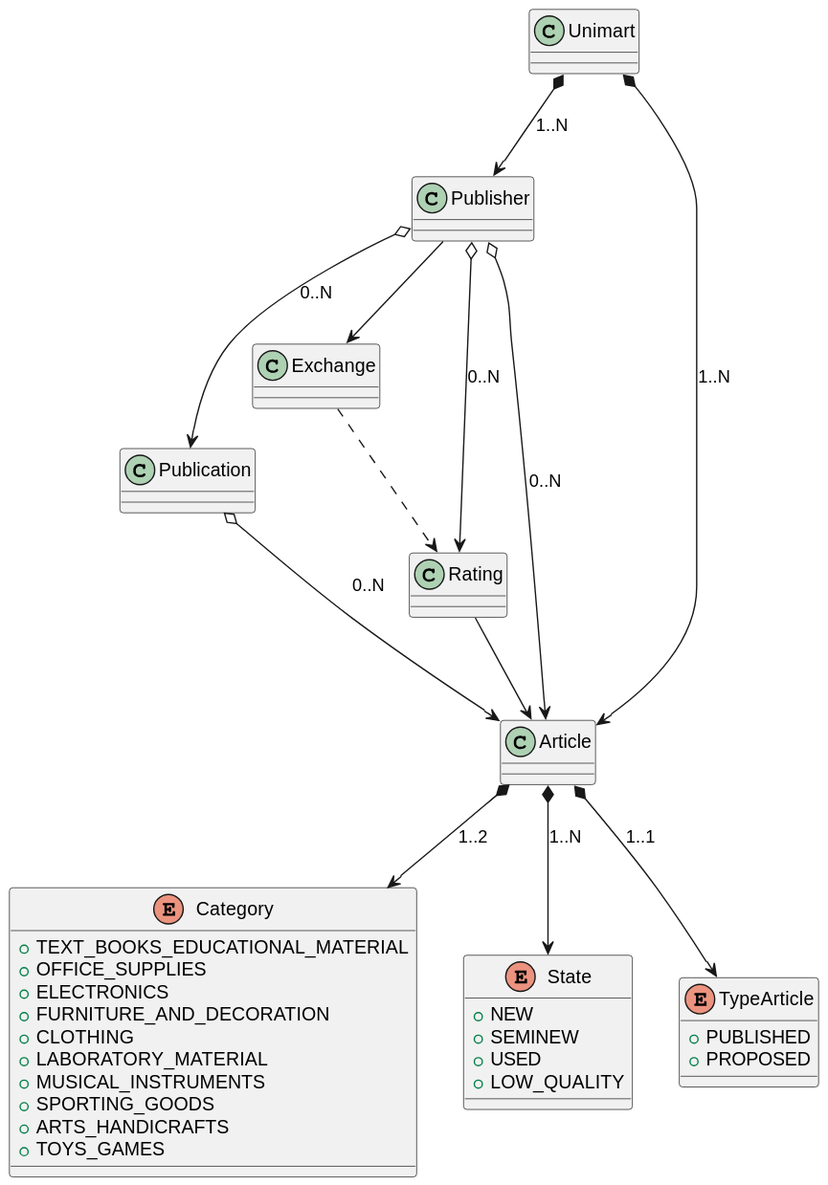
The PlantUML diagram images/docs/0-domain-model/domain-model.svg in vfred0/unimart-requirements, before a commit.
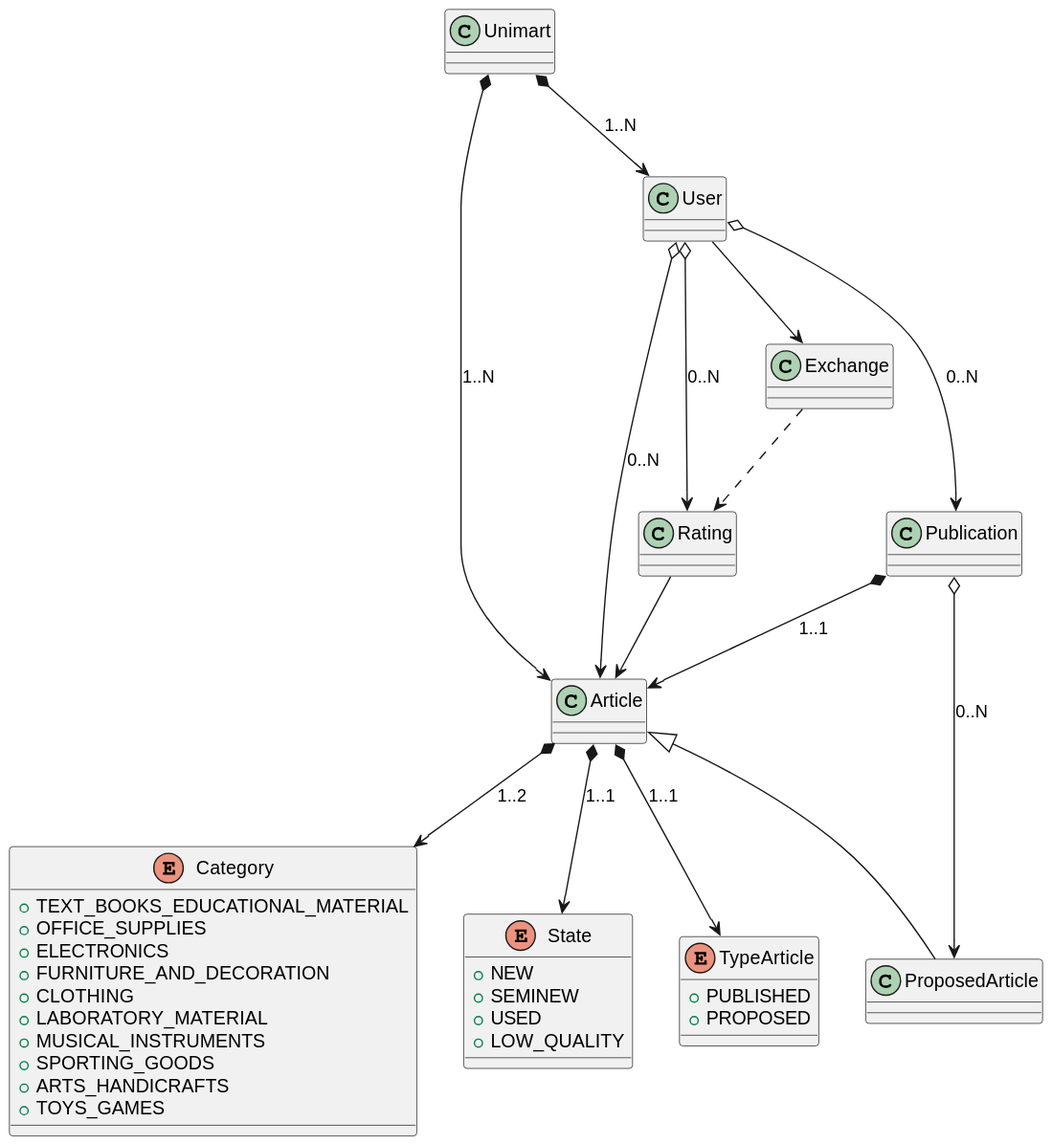
Later version of the same file.

Commit message:
Update domain model

What changed in the source:
```diff
@@ -42,16 +42,18 @@
     + PROPOSED
 }
 
-compositionRelation(Unimart, Publisher, ONE_TO_MANY)
+compositionRelation(Unimart, User, ONE_TO_MANY)
 compositionRelation(Unimart, Article, ONE_TO_MANY)
-aggregationRelation(Publisher, Rating,  ZERO_TO_MANY)
-aggregationRelation(Publisher, Article, ZERO_TO_MANY)
+aggregationRelation(User, Rating,  ZERO_TO_MANY)
+aggregationRelation(User, Article, ZERO_TO_MANY)
+aggregationRelation(User, Publication, ZERO_TO_MANY)
+associationRelation(User, Exchange, EMPTY)
+useRelation(Exchange, Rating, EMPTY)
 associationRelation(Rating, Article, EMPTY)
 compositionRelation(Article, Category, ONE_TO_TWO)
-compositionRelation(Article, State, ONE_TO_MANY)
+compositionRelation(Article, State, ONE_TO_ONE)
 compositionRelation(Article, TypeArticle, ONE_TO_ONE)
-aggregationRelation(Publisher, Publication, ZERO_TO_MANY)
-aggregationRelation(Publication, Article, ZERO_TO_MANY)
-associationRelation(Publisher, Exchange, EMPTY)
-useRelation(Exchange, Rating, EMPTY)
+inheritanceRelation(Article, ProposedArticle, EMPTY)
+aggregationRelation(Publication, ProposedArticle, ZERO_TO_MANY)
+compositionRelation(Publication, Article, ONE_TO_ONE)
 @enduml
```
